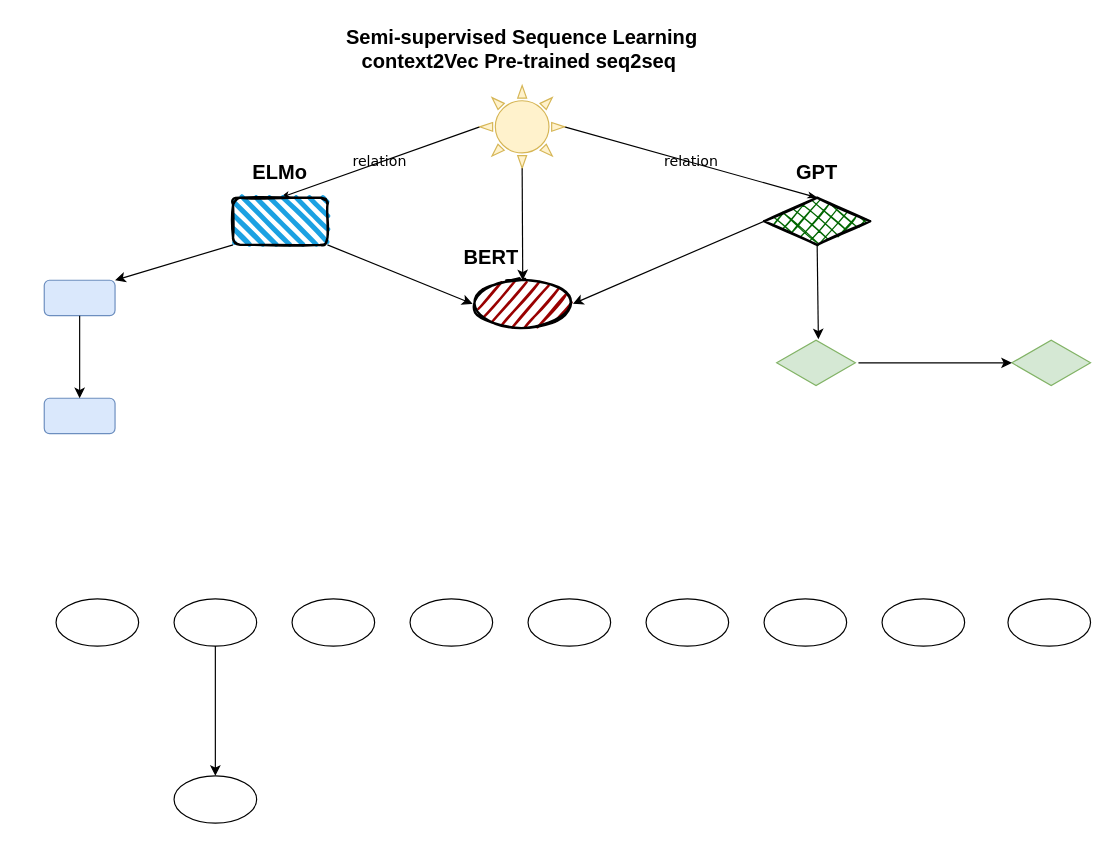
Earlier version of the draw.io diagram 语言预训练发展.drawio (yhx123hero/CyberspaceSecurity_NER). Source tidied: cells renumbered, new cells numbered last; positions are measured from the earlier drawing's top-left corner, leaving out a move shared by most shapes. Both pictures are drawn from the tidied source at 118%, with x=0, y=0 at pixel (44, 20).
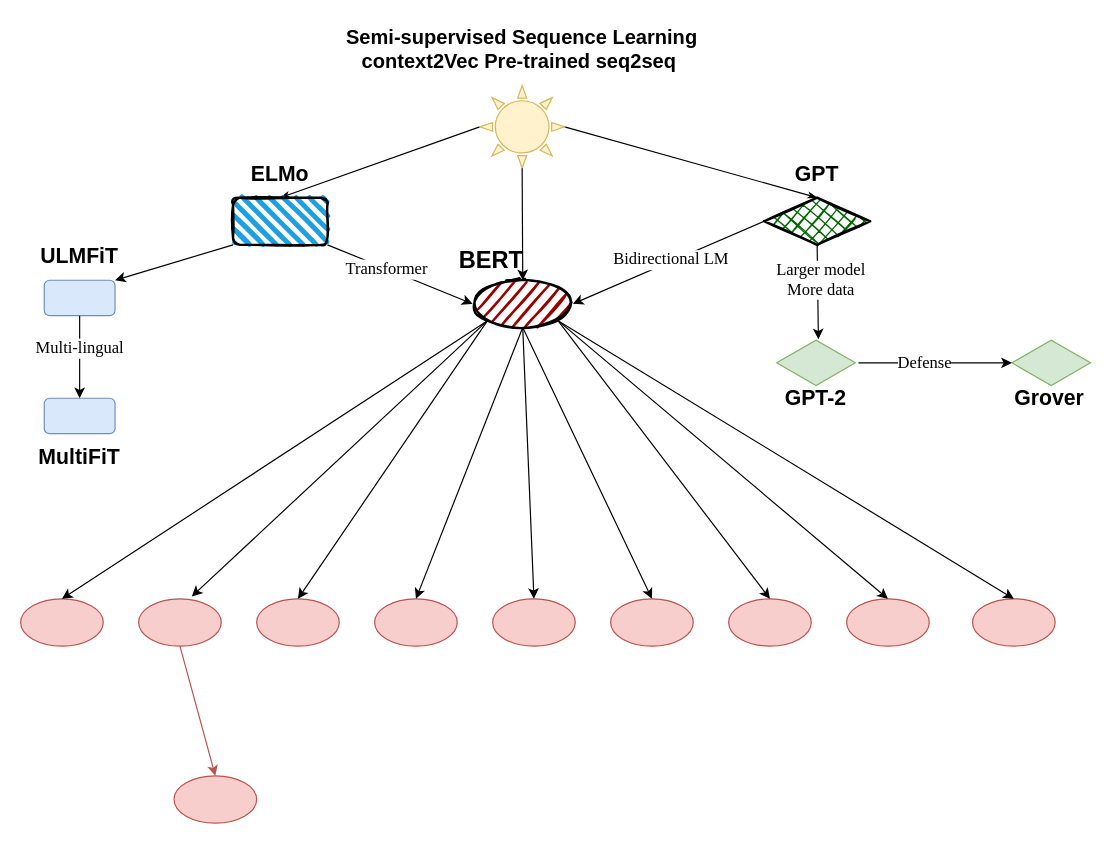
The same page after the edit.

Commit message (it also covers changes not shown here):
更新语言预训练发展.drawio

Unchanged cells that the change refers to:
```xml
<mxCell id="4" style="verticalLabelPosition=bottom;verticalAlign=top;html=1;shape=mxgraph.basic.sun;fillColor=#fff2cc;strokeColor=#d6b656;" parent="1" vertex="1">
  <mxGeometry x="369" y="55" width="72" height="70" as="geometry" />
</mxCell>
<mxCell id="6" style="rounded=1;whiteSpace=wrap;html=1;strokeWidth=2;fillWeight=4;hachureGap=8;hachureAngle=45;fillColor=#1ba1e2;sketch=1;fontSize=15;" parent="1" vertex="1">
  <mxGeometry x="160" y="150" width="80" height="40" as="geometry" />
</mxCell>
<mxCell id="8" style="rhombus;whiteSpace=wrap;html=1;strokeWidth=2;fillWeight=-1;hachureGap=8;fillStyle=cross-hatch;fillColor=#006600;sketch=1;fontSize=17;" parent="1" vertex="1">
  <mxGeometry x="610" y="150" width="90" height="40" as="geometry" />
</mxCell>
<mxCell id="10" style="ellipse;whiteSpace=wrap;html=1;strokeWidth=2;fillWeight=2;hachureGap=8;fillColor=#990000;fillStyle=dots;sketch=1;fontSize=17;" parent="1" vertex="1">
  <mxGeometry x="363" y="220" width="85" height="40" as="geometry" />
</mxCell>
<mxCell id="13" style="endArrow=classic;html=1;strokeColor=#000000;fontSize=17;exitX=1;exitY=1;exitDx=0;exitDy=0;entryX=0;entryY=0.5;entryDx=0;entryDy=0;" parent="1" edge="1" source="6" target="10">
  <mxGeometry relative="1" as="geometry" />
</mxCell>
<mxCell id="17" style="endArrow=classic;html=1;strokeColor=#000000;fontSize=17;exitX=0.5;exitY=1;exitDx=0;exitDy=0;entryX=0.53;entryY=0;entryDx=0;entryDy=0;entryPerimeter=0;" parent="1" edge="1" source="8" target="14">
  <mxGeometry relative="1" as="geometry" />
</mxCell>
<mxCell id="19" style="endArrow=classic;html=1;strokeColor=#000000;fontSize=17;entryX=0;entryY=0.5;entryDx=0;entryDy=0;entryPerimeter=0;" parent="1" edge="1" target="18">
  <mxGeometry relative="1" as="geometry">
    <mxPoint x="690" y="290" as="sourcePoint" />
  </mxGeometry>
</mxCell>
<mxCell id="22" style="endArrow=classic;html=1;strokeColor=#000000;fontSize=17;exitX=0.5;exitY=1;exitDx=0;exitDy=0;entryX=0.5;entryY=0;entryDx=0;entryDy=0;" parent="1" edge="1" source="15" target="21">
  <mxGeometry relative="1" as="geometry" />
</mxCell>
<mxCell id="33" style="endArrow=classic;html=1;strokeColor=#000000;fontSize=17;exitX=0;exitY=0.5;exitDx=0;exitDy=0;entryX=1;entryY=0.5;entryDx=0;entryDy=0;" parent="1" edge="1" source="8" target="10">
  <mxGeometry relative="1" as="geometry" />
</mxCell>
```

The edit, as a diff of the source:
```diff
@@
-    <mxCell id="2" value="relation" style="edgeStyle=none;rounded=1;html=1;labelBackgroundColor=none;startArrow=none;startFill=0;startSize=5;endArrow=classicThin;endFill=1;endSize=5;jettySize=auto;strokeWidth=1;fontFamily=Verdana;fontSize=12;entryX=0.5;entryY=0;entryDx=0;entryDy=0;exitX=0;exitY=0.5;exitDx=0;exitDy=0;exitPerimeter=0;" parent="1" edge="1" source="4" target="6">
+    <mxCell id="2" style="edgeStyle=none;rounded=1;html=1;labelBackgroundColor=none;startArrow=none;startFill=0;startSize=5;endArrow=classicThin;endFill=1;endSize=5;jettySize=auto;strokeWidth=1;fontFamily=Verdana;fontSize=12;entryX=0.5;entryY=0;entryDx=0;entryDy=0;exitX=0;exitY=0.5;exitDx=0;exitDy=0;exitPerimeter=0;" parent="1" edge="1" source="4" target="6">
       <mxGeometry relative="1" as="geometry" />
     </mxCell>
-    <mxCell id="3" value="relation" style="edgeStyle=none;rounded=1;html=1;labelBackgroundColor=none;startArrow=none;startFill=0;startSize=5;endArrow=classicThin;endFill=1;endSize=5;jettySize=auto;strokeWidth=1;fontFamily=Verdana;fontSize=12;entryX=0.5;entryY=0;entryDx=0;entryDy=0;exitX=1;exitY=0.5;exitDx=0;exitDy=0;exitPerimeter=0;" parent="1" edge="1" source="4" target="8">
+    <mxCell id="3" style="edgeStyle=none;rounded=1;html=1;labelBackgroundColor=none;startArrow=none;startFill=0;startSize=5;endArrow=classicThin;endFill=1;endSize=5;jettySize=auto;strokeWidth=1;fontFamily=Verdana;fontSize=12;entryX=0.5;entryY=0;entryDx=0;entryDy=0;exitX=1;exitY=0.5;exitDx=0;exitDy=0;exitPerimeter=0;" parent="1" edge="1" source="4" target="8">
       <mxGeometry relative="1" as="geometry" />
     </mxCell>
@@
-    <mxCell id="7" value="ELMo" style="text;html=1;strokeColor=none;fillColor=none;align=center;verticalAlign=middle;whiteSpace=wrap;rounded=0;fontSize=17;fontStyle=1;" parent="1" vertex="1">
+    <mxCell id="7" value="ELMo" style="text;html=1;strokeColor=none;fillColor=none;align=center;verticalAlign=middle;whiteSpace=wrap;rounded=0;fontSize=18;fontStyle=1;" parent="1" vertex="1">
       <mxGeometry x="180" y="120" width="40" height="20" as="geometry" />
     </mxCell>
@@
-    <mxCell id="9" value="GPT" style="text;html=1;strokeColor=none;fillColor=none;align=center;verticalAlign=middle;whiteSpace=wrap;rounded=0;fontSize=17;fontStyle=1;" parent="1" vertex="1">
+    <mxCell id="9" value="GPT" style="text;html=1;strokeColor=none;fillColor=none;align=center;verticalAlign=middle;whiteSpace=wrap;rounded=0;fontSize=18;fontStyle=1;" parent="1" vertex="1">
       <mxGeometry x="635" y="120" width="40" height="20" as="geometry" />
     </mxCell>
@@
-    <mxCell id="12" value="BERT" style="text;html=1;strokeColor=none;fillColor=none;align=center;verticalAlign=middle;whiteSpace=wrap;rounded=0;fontSize=17;fontStyle=1;" parent="1" vertex="1">
+    <mxCell id="12" value="BERT" style="text;html=1;strokeColor=none;fillColor=none;align=center;verticalAlign=middle;whiteSpace=wrap;rounded=0;fontSize=20;fontStyle=1;" parent="1" vertex="1">
       <mxGeometry x="359" y="192" width="40" height="20" as="geometry" />
     </mxCell>
@@
+    <mxCell id="34" value="Transformer" style="edgeLabel;html=1;align=center;verticalAlign=middle;fontSize=14;fontFamily=Times New Roman;" parent="13" vertex="1">
+      <mxGeometry x="-0.49" relative="1" as="geometry">
+        <mxPoint x="18.5" y="7.2" as="offset" />
+      </mxGeometry>
+    </mxCell>
@@
+    <mxCell id="35" value="Larger model&lt;br&gt;More data" style="edgeLabel;html=1;align=center;verticalAlign=middle;fontSize=14;fontFamily=Times New Roman;" parent="17" vertex="1">
+      <mxGeometry x="-0.25" y="2" relative="1" as="geometry" />
+    </mxCell>
@@
+    <mxCell id="36" value="Defense" style="edgeLabel;html=1;align=center;verticalAlign=middle;fontSize=14;fontFamily=Times New Roman;" parent="19" vertex="1">
+      <mxGeometry x="-0.52" relative="1" as="geometry">
+        <mxPoint x="24" as="offset" />
+      </mxGeometry>
+    </mxCell>
-    <mxCell id="20" style="ellipse;whiteSpace=wrap;html=1;fontSize=17;" parent="1" vertex="1">
-      <mxGeometry x="10" y="490" width="70" height="40" as="geometry" />
+    <mxCell id="20" style="ellipse;whiteSpace=wrap;html=1;fontSize=17;fillColor=#f8cecc;strokeColor=#b85450;" parent="1" vertex="1">
+      <mxGeometry x="-20" y="490" width="70" height="40" as="geometry" />
     </mxCell>
@@
+    <mxCell id="37" value="Multi-lingual" style="edgeLabel;html=1;align=center;verticalAlign=middle;fontSize=14;fontFamily=Times New Roman;" parent="22" vertex="1">
+      <mxGeometry x="-0.43" y="-1" relative="1" as="geometry">
+        <mxPoint y="7" as="offset" />
+      </mxGeometry>
+    </mxCell>
-    <mxCell id="23" style="ellipse;whiteSpace=wrap;html=1;fontSize=17;" parent="1" vertex="1">
-      <mxGeometry x="110" y="490" width="70" height="40" as="geometry" />
+    <mxCell id="23" style="ellipse;whiteSpace=wrap;html=1;fontSize=17;fillColor=#f8cecc;strokeColor=#b85450;" parent="1" vertex="1">
+      <mxGeometry x="80" y="490" width="70" height="40" as="geometry" />
     </mxCell>
-    <mxCell id="24" style="ellipse;whiteSpace=wrap;html=1;fontSize=17;" parent="1" vertex="1">
-      <mxGeometry x="210" y="490" width="70" height="40" as="geometry" />
+    <mxCell id="24" style="ellipse;whiteSpace=wrap;html=1;fontSize=17;fillColor=#f8cecc;strokeColor=#b85450;" parent="1" vertex="1">
+      <mxGeometry x="180" y="490" width="70" height="40" as="geometry" />
     </mxCell>
-    <mxCell id="25" style="ellipse;whiteSpace=wrap;html=1;fontSize=17;" parent="1" vertex="1">
-      <mxGeometry x="310" y="490" width="70" height="40" as="geometry" />
+    <mxCell id="25" style="ellipse;whiteSpace=wrap;html=1;fontSize=17;fillColor=#f8cecc;strokeColor=#b85450;" parent="1" vertex="1">
+      <mxGeometry x="280" y="490" width="70" height="40" as="geometry" />
     </mxCell>
-    <mxCell id="26" style="ellipse;whiteSpace=wrap;html=1;fontSize=17;" parent="1" vertex="1">
-      <mxGeometry x="410" y="490" width="70" height="40" as="geometry" />
+    <mxCell id="26" style="ellipse;whiteSpace=wrap;html=1;fontSize=17;fillColor=#f8cecc;strokeColor=#b85450;" parent="1" vertex="1">
+      <mxGeometry x="380" y="490" width="70" height="40" as="geometry" />
     </mxCell>
-    <mxCell id="27" style="ellipse;whiteSpace=wrap;html=1;fontSize=17;" parent="1" vertex="1">
-      <mxGeometry x="510" y="490" width="70" height="40" as="geometry" />
+    <mxCell id="27" style="ellipse;whiteSpace=wrap;html=1;fontSize=17;fillColor=#f8cecc;strokeColor=#b85450;" parent="1" vertex="1">
+      <mxGeometry x="480" y="490" width="70" height="40" as="geometry" />
     </mxCell>
-    <mxCell id="28" style="ellipse;whiteSpace=wrap;html=1;fontSize=17;" parent="1" vertex="1">
-      <mxGeometry x="610" y="490" width="70" height="40" as="geometry" />
+    <mxCell id="28" style="ellipse;whiteSpace=wrap;html=1;fontSize=17;fillColor=#f8cecc;strokeColor=#b85450;" parent="1" vertex="1">
+      <mxGeometry x="580" y="490" width="70" height="40" as="geometry" />
     </mxCell>
-    <mxCell id="29" style="ellipse;whiteSpace=wrap;html=1;fontSize=17;" parent="1" vertex="1">
-      <mxGeometry x="710" y="490" width="70" height="40" as="geometry" />
+    <mxCell id="29" style="ellipse;whiteSpace=wrap;html=1;fontSize=17;fillColor=#f8cecc;strokeColor=#b85450;" parent="1" vertex="1">
+      <mxGeometry x="680" y="490" width="70" height="40" as="geometry" />
     </mxCell>
-    <mxCell id="30" style="ellipse;whiteSpace=wrap;html=1;fontSize=17;" parent="1" vertex="1">
-      <mxGeometry x="816.7" y="490" width="70" height="40" as="geometry" />
+    <mxCell id="30" style="ellipse;whiteSpace=wrap;html=1;fontSize=17;fillColor=#f8cecc;strokeColor=#b85450;" parent="1" vertex="1">
+      <mxGeometry x="786.7" y="490" width="70" height="40" as="geometry" />
     </mxCell>
-    <mxCell id="31" style="ellipse;whiteSpace=wrap;html=1;fontSize=17;" parent="1" vertex="1">
+    <mxCell id="31" style="ellipse;whiteSpace=wrap;html=1;fontSize=17;fillColor=#f8cecc;strokeColor=#b85450;" parent="1" vertex="1">
       <mxGeometry x="110" y="640" width="70" height="40" as="geometry" />
     </mxCell>
-    <mxCell id="32" style="endArrow=classic;html=1;strokeColor=#000000;fontSize=17;exitX=0.5;exitY=1;exitDx=0;exitDy=0;entryX=0.5;entryY=0;entryDx=0;entryDy=0;" parent="1" edge="1" source="23" target="31">
+    <mxCell id="32" style="endArrow=classic;html=1;strokeColor=#b85450;fontSize=17;exitX=0.5;exitY=1;exitDx=0;exitDy=0;entryX=0.5;entryY=0;entryDx=0;entryDy=0;fillColor=#f8cecc;" parent="1" edge="1" source="23" target="31">
       <mxGeometry relative="1" as="geometry" />
     </mxCell>
@@
+    <mxCell id="38" value="Bidirectional LM" style="edgeLabel;html=1;align=center;verticalAlign=middle;fontSize=14;fontFamily=Times New Roman;" parent="33" vertex="1">
+      <mxGeometry x="-0.13" y="-1" relative="1" as="geometry">
+        <mxPoint x="-8.9" y="2.4" as="offset" />
+      </mxGeometry>
+    </mxCell>
+    <mxCell id="39" value="ULMFiT" style="text;html=1;strokeColor=none;fillColor=none;align=center;verticalAlign=middle;whiteSpace=wrap;rounded=0;fontSize=18;fontStyle=1;" parent="1" vertex="1">
+      <mxGeometry x="10" y="190" width="40" height="20" as="geometry" />
+    </mxCell>
+    <mxCell id="40" value="MultiFiT" style="text;html=1;strokeColor=none;fillColor=none;align=center;verticalAlign=middle;whiteSpace=wrap;rounded=0;fontSize=18;fontStyle=1;" parent="1" vertex="1">
+      <mxGeometry x="10" y="360" width="40" height="20" as="geometry" />
+    </mxCell>
+    <mxCell id="41" value="GPT-2" style="text;html=1;strokeColor=none;fillColor=none;align=center;verticalAlign=middle;whiteSpace=wrap;rounded=0;fontSize=18;fontStyle=1;" parent="1" vertex="1">
+      <mxGeometry x="626" y="310" width="56" height="20" as="geometry" />
+    </mxCell>
+    <mxCell id="42" value="Grover" style="text;html=1;strokeColor=none;fillColor=none;align=center;verticalAlign=middle;whiteSpace=wrap;rounded=0;fontSize=18;fontStyle=1;" parent="1" vertex="1">
+      <mxGeometry x="823.7" y="310" width="56" height="20" as="geometry" />
+    </mxCell>
+    <mxCell id="43" style="endArrow=classic;html=1;strokeColor=#000000;fontFamily=Times New Roman;fontSize=20;exitX=0;exitY=1;exitDx=0;exitDy=0;entryX=0.5;entryY=0;entryDx=0;entryDy=0;" parent="1" edge="1" source="10" target="20">
+      <mxGeometry relative="1" as="geometry" />
+    </mxCell>
+    <mxCell id="44" style="endArrow=classic;html=1;strokeColor=#000000;fontFamily=Times New Roman;fontSize=20;exitX=0;exitY=1;exitDx=0;exitDy=0;entryX=0.643;entryY=-0.05;entryDx=0;entryDy=0;entryPerimeter=0;" parent="1" edge="1" source="10" target="23">
+      <mxGeometry relative="1" as="geometry" />
+    </mxCell>
+    <mxCell id="45" style="endArrow=classic;html=1;strokeColor=#000000;fontFamily=Times New Roman;fontSize=20;exitX=0;exitY=1;exitDx=0;exitDy=0;entryX=0.5;entryY=0;entryDx=0;entryDy=0;" parent="1" edge="1" source="10" target="24">
+      <mxGeometry relative="1" as="geometry" />
+    </mxCell>
+    <mxCell id="46" style="endArrow=classic;html=1;strokeColor=#000000;fontFamily=Times New Roman;fontSize=20;exitX=0.5;exitY=1;exitDx=0;exitDy=0;entryX=0.5;entryY=0;entryDx=0;entryDy=0;" parent="1" edge="1" source="10" target="25">
+      <mxGeometry relative="1" as="geometry" />
+    </mxCell>
+    <mxCell id="47" style="endArrow=classic;html=1;strokeColor=#000000;fontFamily=Times New Roman;fontSize=20;exitX=0.5;exitY=1;exitDx=0;exitDy=0;entryX=0.5;entryY=0;entryDx=0;entryDy=0;" parent="1" edge="1" source="10" target="26">
+      <mxGeometry relative="1" as="geometry" />
+    </mxCell>
+    <mxCell id="48" style="endArrow=classic;html=1;strokeColor=#000000;fontFamily=Times New Roman;fontSize=20;exitX=0.5;exitY=1;exitDx=0;exitDy=0;entryX=0.5;entryY=0;entryDx=0;entryDy=0;" parent="1" edge="1" source="10" target="27">
+      <mxGeometry relative="1" as="geometry" />
+    </mxCell>
+    <mxCell id="49" style="endArrow=classic;html=1;strokeColor=#000000;fontFamily=Times New Roman;fontSize=20;exitX=1;exitY=1;exitDx=0;exitDy=0;entryX=0.5;entryY=0;entryDx=0;entryDy=0;" parent="1" edge="1" source="10" target="28">
+      <mxGeometry relative="1" as="geometry" />
+    </mxCell>
+    <mxCell id="50" style="endArrow=classic;html=1;strokeColor=#000000;fontFamily=Times New Roman;fontSize=20;exitX=1;exitY=1;exitDx=0;exitDy=0;entryX=0.5;entryY=0;entryDx=0;entryDy=0;" parent="1" edge="1" source="10" target="29">
+      <mxGeometry relative="1" as="geometry" />
+    </mxCell>
+    <mxCell id="51" style="endArrow=classic;html=1;strokeColor=#000000;fontFamily=Times New Roman;fontSize=20;exitX=1;exitY=1;exitDx=0;exitDy=0;entryX=0.5;entryY=0;entryDx=0;entryDy=0;" parent="1" edge="1" source="10" target="30">
+      <mxGeometry relative="1" as="geometry" />
+    </mxCell>
```
